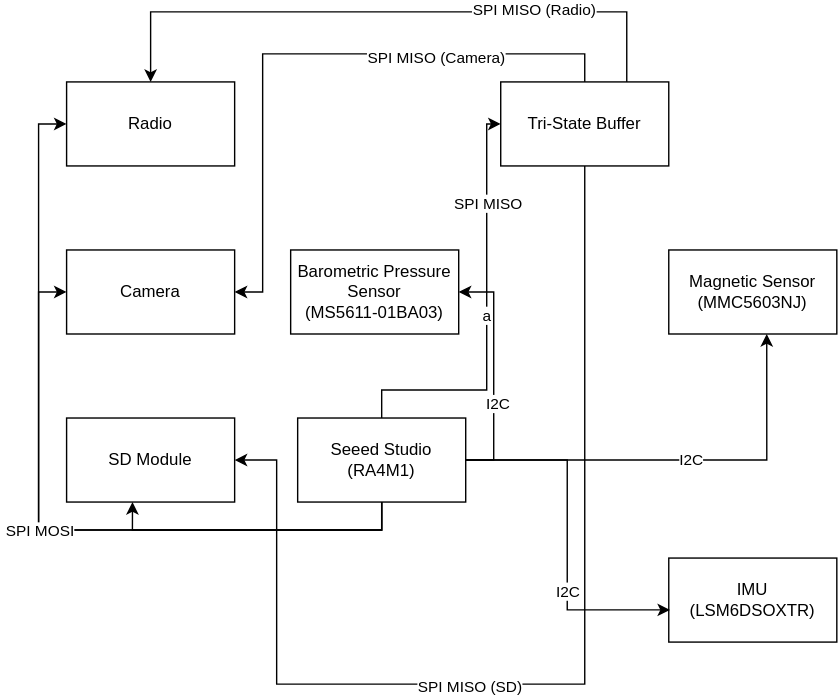
SpacecraftClub/BY-Qube-5 keeps this draw.io diagram as markdown/processing/last_year_block.svg. Above is the earlier version. Source tidied: cells renumbered, new cells last; positions are measured from the earlier drawing's top-left corner, leaving out a move shared by most shapes. Its diagram source:
```xml
<mxGraphModel>
  <root>
    <mxCell id="0" />
    <mxCell id="1" parent="0" />
    <mxCell id="2" style="edgeStyle=orthogonalEdgeStyle;rounded=0;jettySize=auto;html=1;exitX=1;exitY=0.5;exitDx=0;exitDy=0;entryX=1;entryY=0.5;entryDx=0;entryDy=0;" parent="1" edge="1" source="8" target="17">
      <mxGeometry relative="1" as="geometry" />
    </mxCell>
    <mxCell id="3" value="I2C" style="edgeLabel;html=1;align=center;verticalAlign=middle;" parent="2" vertex="1">
      <mxGeometry x="-0.26" y="-2" relative="1" as="geometry" />
    </mxCell>
    <mxCell id="4" style="edgeStyle=orthogonalEdgeStyle;rounded=0;jettySize=auto;html=1;exitX=0.5;exitY=1;exitDx=0;exitDy=0;entryX=0;entryY=0.5;entryDx=0;entryDy=0;" parent="1" edge="1" source="8" target="19">
      <mxGeometry relative="1" as="geometry" />
    </mxCell>
    <mxCell id="5" style="edgeStyle=orthogonalEdgeStyle;rounded=0;jettySize=auto;html=1;exitX=0.5;exitY=1;exitDx=0;exitDy=0;entryX=0;entryY=0.5;entryDx=0;entryDy=0;" parent="1" edge="1" source="8" target="20">
      <mxGeometry relative="1" as="geometry" />
    </mxCell>
    <mxCell id="6" value="a" style="edgeStyle=orthogonalEdgeStyle;rounded=0;jettySize=auto;html=1;exitX=0.5;exitY=0;exitDx=0;exitDy=0;entryX=0;entryY=0.5;entryDx=0;entryDy=0;" parent="1" edge="1" source="8" target="15">
      <mxGeometry relative="1" as="geometry">
        <Array as="points">
          <mxPoint x="225" y="270" />
          <mxPoint x="300" y="270" />
          <mxPoint x="300" y="80" />
        </Array>
      </mxGeometry>
    </mxCell>
    <mxCell id="7" value="SPI MISO" style="edgeLabel;html=1;align=center;verticalAlign=middle;" parent="6" vertex="1">
      <mxGeometry x="0.55" relative="1" as="geometry" />
    </mxCell>
    <mxCell id="8" value="&lt;div&gt;Seeed Studio&lt;/div&gt;&lt;div&gt;(RA4M1)&lt;/div&gt;" style="rounded=0;whiteSpace=wrap;html=1;" parent="1" vertex="1">
      <mxGeometry x="165" y="290" width="120" height="60" as="geometry" />
    </mxCell>
    <mxCell id="9" style="edgeStyle=orthogonalEdgeStyle;rounded=0;jettySize=auto;html=1;exitX=0.5;exitY=0;exitDx=0;exitDy=0;entryX=1;entryY=0.5;entryDx=0;entryDy=0;" parent="1" edge="1" source="15" target="19">
      <mxGeometry relative="1" as="geometry">
        <Array as="points">
          <mxPoint x="370" y="30" />
          <mxPoint x="140" y="30" />
          <mxPoint x="140" y="200" />
        </Array>
      </mxGeometry>
    </mxCell>
    <mxCell id="10" value="SPI MISO (Camera)" style="edgeLabel;html=1;align=center;verticalAlign=middle;" parent="9" vertex="1">
      <mxGeometry x="-0.42" y="2" relative="1" as="geometry" />
    </mxCell>
    <mxCell id="11" style="edgeStyle=orthogonalEdgeStyle;rounded=0;jettySize=auto;html=1;exitX=0.75;exitY=0;exitDx=0;exitDy=0;entryX=0.5;entryY=0;entryDx=0;entryDy=0;" parent="1" edge="1" source="15" target="20">
      <mxGeometry relative="1" as="geometry">
        <Array as="points">
          <mxPoint x="400" />
          <mxPoint x="60" />
        </Array>
      </mxGeometry>
    </mxCell>
    <mxCell id="12" value="SPI MISO (Radio)" style="edgeLabel;html=1;align=center;verticalAlign=middle;" parent="11" vertex="1">
      <mxGeometry x="-0.47" y="-2" relative="1" as="geometry" />
    </mxCell>
    <mxCell id="13" style="edgeStyle=orthogonalEdgeStyle;rounded=0;jettySize=auto;html=1;exitX=0.5;exitY=1;exitDx=0;exitDy=0;entryX=1;entryY=0.5;entryDx=0;entryDy=0;" parent="1" edge="1" source="15" target="21">
      <mxGeometry relative="1" as="geometry">
        <Array as="points">
          <mxPoint x="370" y="480" />
          <mxPoint x="150" y="480" />
          <mxPoint x="150" y="320" />
        </Array>
      </mxGeometry>
    </mxCell>
    <mxCell id="14" value="SPI MISO (SD)" style="edgeLabel;html=1;align=center;verticalAlign=middle;" parent="13" vertex="1">
      <mxGeometry x="0.16" y="1" relative="1" as="geometry" />
    </mxCell>
    <mxCell id="15" value="Tri-State Buffer" style="rounded=0;whiteSpace=wrap;html=1;" parent="1" vertex="1">
      <mxGeometry x="310" y="50" width="120" height="60" as="geometry" />
    </mxCell>
    <mxCell id="16" value="&lt;div&gt;Magnetic Sensor&lt;/div&gt;&lt;div&gt;(MMC5603NJ)&lt;/div&gt;" style="rounded=0;whiteSpace=wrap;html=1;" parent="1" vertex="1">
      <mxGeometry x="430" y="170" width="120" height="60" as="geometry" />
    </mxCell>
    <mxCell id="17" value="&lt;div&gt;Barometric Pressure Sensor&lt;/div&gt;&lt;div&gt;(MS5611-01BA03)&lt;/div&gt;" style="rounded=0;whiteSpace=wrap;html=1;" parent="1" vertex="1">
      <mxGeometry x="160" y="170" width="120" height="60" as="geometry" />
    </mxCell>
    <mxCell id="18" value="&lt;div&gt;IMU&lt;/div&gt;&lt;div&gt;(LSM6DSOXTR)&lt;/div&gt;" style="rounded=0;whiteSpace=wrap;html=1;" parent="1" vertex="1">
      <mxGeometry x="430" y="390" width="120" height="60" as="geometry" />
    </mxCell>
    <mxCell id="19" value="Camera" style="rounded=0;whiteSpace=wrap;html=1;" parent="1" vertex="1">
      <mxGeometry y="170" width="120" height="60" as="geometry" />
    </mxCell>
    <mxCell id="20" value="&lt;div&gt;Radio&lt;/div&gt;" style="rounded=0;whiteSpace=wrap;html=1;" parent="1" vertex="1">
      <mxGeometry y="50" width="120" height="60" as="geometry" />
    </mxCell>
    <mxCell id="21" value="SD Module" style="rounded=0;whiteSpace=wrap;html=1;" parent="1" vertex="1">
      <mxGeometry y="290" width="120" height="60" as="geometry" />
    </mxCell>
    <mxCell id="22" style="edgeStyle=orthogonalEdgeStyle;rounded=0;jettySize=auto;html=1;exitX=1;exitY=0.5;exitDx=0;exitDy=0;entryX=0.583;entryY=1;entryDx=0;entryDy=0;entryPerimeter=0;" parent="1" edge="1" source="8" target="16">
      <mxGeometry relative="1" as="geometry" />
    </mxCell>
    <mxCell id="23" value="I2C" style="edgeLabel;html=1;align=center;verticalAlign=middle;" parent="22" vertex="1">
      <mxGeometry x="0.05" y="1" relative="1" as="geometry" />
    </mxCell>
    <mxCell id="24" style="edgeStyle=orthogonalEdgeStyle;rounded=0;jettySize=auto;html=1;exitX=1;exitY=0.5;exitDx=0;exitDy=0;entryX=0.008;entryY=0.617;entryDx=0;entryDy=0;entryPerimeter=0;" parent="1" edge="1" source="8" target="18">
      <mxGeometry relative="1" as="geometry" />
    </mxCell>
    <mxCell id="25" value="I2C" style="edgeLabel;html=1;align=center;verticalAlign=middle;" parent="24" vertex="1">
      <mxGeometry x="0.31" relative="1" as="geometry">
        <mxPoint y="1" as="offset" />
      </mxGeometry>
    </mxCell>
    <mxCell id="26" style="edgeStyle=orthogonalEdgeStyle;rounded=0;jettySize=auto;html=1;exitX=0.5;exitY=1;exitDx=0;exitDy=0;entryX=0.392;entryY=1;entryDx=0;entryDy=0;entryPerimeter=0;" parent="1" edge="1" source="8" target="21">
      <mxGeometry relative="1" as="geometry" />
    </mxCell>
    <mxCell id="27" value="SPI MOSI" style="edgeLabel;html=1;align=center;verticalAlign=middle;" parent="26" vertex="1">
      <mxGeometry x="0.21" y="1" relative="1" as="geometry">
        <mxPoint x="-133" y="-1" as="offset" />
      </mxGeometry>
    </mxCell>
  </root>
</mxGraphModel>
```
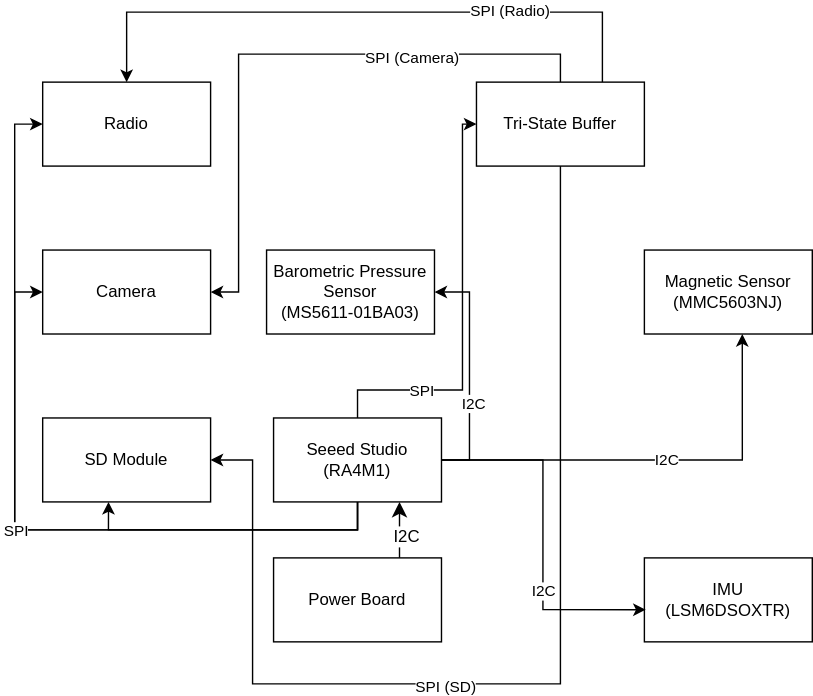
Above is the later version.

The edit, as a diff of the source:
```diff
@@ -14,8 +14,8 @@
     <mxCell id="5" style="edgeStyle=orthogonalEdgeStyle;rounded=0;jettySize=auto;html=1;exitX=0.5;exitY=1;exitDx=0;exitDy=0;entryX=0;entryY=0.5;entryDx=0;entryDy=0;" parent="1" edge="1" source="8" target="20">
       <mxGeometry relative="1" as="geometry" />
     </mxCell>
-    <mxCell id="6" value="a" style="edgeStyle=orthogonalEdgeStyle;rounded=0;jettySize=auto;html=1;exitX=0.5;exitY=0;exitDx=0;exitDy=0;entryX=0;entryY=0.5;entryDx=0;entryDy=0;" parent="1" edge="1" source="8" target="15">
-      <mxGeometry relative="1" as="geometry">
+    <mxCell id="6" style="edgeStyle=orthogonalEdgeStyle;rounded=0;jettySize=auto;html=1;exitX=0.5;exitY=0;exitDx=0;exitDy=0;entryX=0;entryY=0.5;entryDx=0;entryDy=0;" parent="1" edge="1" source="8" target="15">
+      <mxGeometry x="-0.02" relative="1" as="geometry">
         <Array as="points">
           <mxPoint x="225" y="270" />
           <mxPoint x="300" y="270" />
@@ -23,8 +23,10 @@
         </Array>
       </mxGeometry>
     </mxCell>
-    <mxCell id="7" value="SPI MISO" style="edgeLabel;html=1;align=center;verticalAlign=middle;" parent="6" vertex="1">
-      <mxGeometry x="0.55" relative="1" as="geometry" />
+    <mxCell id="7" value="SPI" style="edgeLabel;html=1;align=center;verticalAlign=middle;" parent="6" vertex="1">
+      <mxGeometry x="0.55" relative="1" as="geometry">
+        <mxPoint x="-30" y="134" as="offset" />
+      </mxGeometry>
     </mxCell>
     <mxCell id="8" value="&lt;div&gt;Seeed Studio&lt;/div&gt;&lt;div&gt;(RA4M1)&lt;/div&gt;" style="rounded=0;whiteSpace=wrap;html=1;" parent="1" vertex="1">
       <mxGeometry x="165" y="290" width="120" height="60" as="geometry" />
@@ -38,7 +40,7 @@
         </Array>
       </mxGeometry>
     </mxCell>
-    <mxCell id="10" value="SPI MISO (Camera)" style="edgeLabel;html=1;align=center;verticalAlign=middle;" parent="9" vertex="1">
+    <mxCell id="10" value="SPI (Camera)" style="edgeLabel;html=1;align=center;verticalAlign=middle;" parent="9" vertex="1">
       <mxGeometry x="-0.42" y="2" relative="1" as="geometry" />
     </mxCell>
     <mxCell id="11" style="edgeStyle=orthogonalEdgeStyle;rounded=0;jettySize=auto;html=1;exitX=0.75;exitY=0;exitDx=0;exitDy=0;entryX=0.5;entryY=0;entryDx=0;entryDy=0;" parent="1" edge="1" source="15" target="20">
@@ -49,7 +51,7 @@
         </Array>
       </mxGeometry>
     </mxCell>
-    <mxCell id="12" value="SPI MISO (Radio)" style="edgeLabel;html=1;align=center;verticalAlign=middle;" parent="11" vertex="1">
+    <mxCell id="12" value="SPI (Radio)" style="edgeLabel;html=1;align=center;verticalAlign=middle;" parent="11" vertex="1">
       <mxGeometry x="-0.47" y="-2" relative="1" as="geometry" />
     </mxCell>
     <mxCell id="13" style="edgeStyle=orthogonalEdgeStyle;rounded=0;jettySize=auto;html=1;exitX=0.5;exitY=1;exitDx=0;exitDy=0;entryX=1;entryY=0.5;entryDx=0;entryDy=0;" parent="1" edge="1" source="15" target="21">
@@ -61,7 +63,7 @@
         </Array>
       </mxGeometry>
     </mxCell>
-    <mxCell id="14" value="SPI MISO (SD)" style="edgeLabel;html=1;align=center;verticalAlign=middle;" parent="13" vertex="1">
+    <mxCell id="14" value="&lt;div&gt;SPI&amp;nbsp;(SD)&lt;/div&gt;" style="edgeLabel;html=1;align=center;verticalAlign=middle;" parent="13" vertex="1">
       <mxGeometry x="0.16" y="1" relative="1" as="geometry" />
     </mxCell>
     <mxCell id="15" value="Tri-State Buffer" style="rounded=0;whiteSpace=wrap;html=1;" parent="1" vertex="1">
@@ -102,10 +104,19 @@
     <mxCell id="26" style="edgeStyle=orthogonalEdgeStyle;rounded=0;jettySize=auto;html=1;exitX=0.5;exitY=1;exitDx=0;exitDy=0;entryX=0.392;entryY=1;entryDx=0;entryDy=0;entryPerimeter=0;" parent="1" edge="1" source="8" target="21">
       <mxGeometry relative="1" as="geometry" />
     </mxCell>
-    <mxCell id="27" value="SPI MOSI" style="edgeLabel;html=1;align=center;verticalAlign=middle;" parent="26" vertex="1">
+    <mxCell id="27" value="SPI" style="edgeLabel;html=1;align=center;verticalAlign=middle;" parent="26" vertex="1">
       <mxGeometry x="0.21" y="1" relative="1" as="geometry">
         <mxPoint x="-133" y="-1" as="offset" />
       </mxGeometry>
     </mxCell>
+    <mxCell id="28" style="edgeStyle=none;curved=1;rounded=0;curveGeometry=1;jettySize=auto;html=1;exitX=0.75;exitY=0;exitDx=0;exitDy=0;entryX=0.75;entryY=1;entryDx=0;entryDy=0;fontSize=12;startSize=8;endSize=8;" parent="1" edge="1" source="30" target="8">
+      <mxGeometry relative="1" as="geometry" />
+    </mxCell>
+    <mxCell id="29" value="I2C" style="edgeLabel;html=1;align=center;verticalAlign=middle;fontSize=12;" parent="28" vertex="1">
+      <mxGeometry x="-0.18" y="-4" relative="1" as="geometry" />
+    </mxCell>
+    <mxCell id="30" value="Power Board" style="rounded=0;whiteSpace=wrap;html=1;" parent="1" vertex="1">
+      <mxGeometry x="165" y="390" width="120" height="60" as="geometry" />
+    </mxCell>
   </root>
 </mxGraphModel>
```
